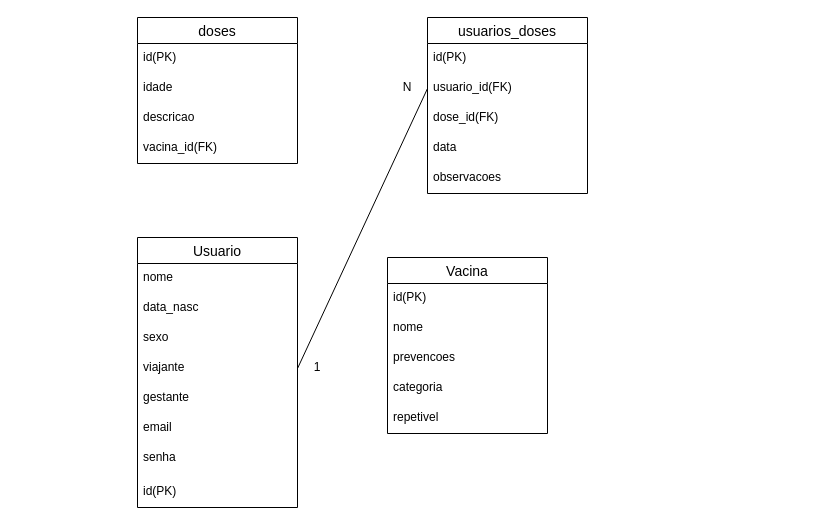
Carlozo/Vaprotec-carteira-de-vacina-digital keeps this draw.io diagram as documentacao/der.drawio. Above is the earlier version. Source tidied: cells renumbered, new cells numbered last; positions are measured from the earlier drawing's top-left corner, leaving out a move shared by most shapes. Both pictures are drawn from the tidied source at 100%, with x=0, y=0 at pixel (137, 17).
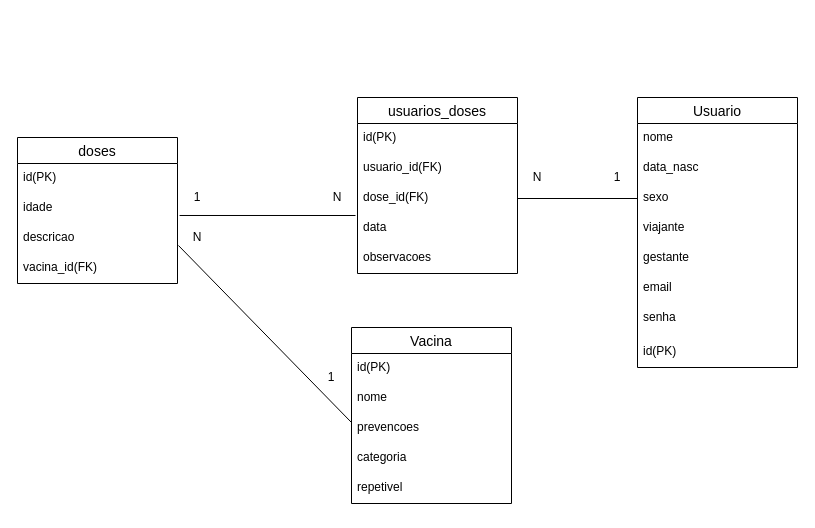
Above is the later version.

The change refers to these unchanged cells:
```xml
<mxCell id="5" value="sexo" style="text;strokeColor=none;fillColor=none;spacingLeft=4;spacingRight=4;overflow=hidden;points=[[0,0.5],[1,0.5]];portConstraint=eastwest;fontSize=12;" parent="2" vertex="1">
  <mxGeometry y="86" width="160" height="30" as="geometry" />
</mxCell>
<mxCell id="6" value="viajante" style="text;strokeColor=none;fillColor=none;spacingLeft=4;spacingRight=4;overflow=hidden;points=[[0,0.5],[1,0.5]];portConstraint=eastwest;fontSize=12;" parent="2" vertex="1">
  <mxGeometry y="116" width="160" height="30" as="geometry" />
</mxCell>
<mxCell id="14" value="prevencoes" style="text;strokeColor=none;fillColor=none;spacingLeft=4;spacingRight=4;overflow=hidden;points=[[0,0.5],[1,0.5]];portConstraint=eastwest;fontSize=12;" parent="11" vertex="1">
  <mxGeometry y="86" width="160" height="30" as="geometry" />
</mxCell>
<mxCell id="19" value="usuario_id(FK)" style="text;strokeColor=none;fillColor=none;spacingLeft=4;spacingRight=4;overflow=hidden;points=[[0,0.5],[1,0.5]];portConstraint=eastwest;fontSize=12;" parent="17" vertex="1">
  <mxGeometry y="56" width="160" height="30" as="geometry" />
</mxCell>
<mxCell id="20" value="dose_id(FK)" style="text;strokeColor=none;fillColor=none;spacingLeft=4;spacingRight=4;overflow=hidden;points=[[0,0.5],[1,0.5]];portConstraint=eastwest;fontSize=12;" parent="17" vertex="1">
  <mxGeometry y="86" width="160" height="30" as="geometry" />
</mxCell>
<mxCell id="25" value="idade" style="text;strokeColor=none;fillColor=none;spacingLeft=4;spacingRight=4;overflow=hidden;points=[[0,0.5],[1,0.5]];portConstraint=eastwest;fontSize=12;" parent="23" vertex="1">
  <mxGeometry y="56" width="160" height="30" as="geometry" />
</mxCell>
<mxCell id="26" value="descricao" style="text;strokeColor=none;fillColor=none;spacingLeft=4;spacingRight=4;overflow=hidden;points=[[0,0.5],[1,0.5]];portConstraint=eastwest;fontSize=12;" parent="23" vertex="1">
  <mxGeometry y="86" width="160" height="30" as="geometry" />
</mxCell>
```

What changed in the source:
```diff
@@
     <mxCell id="2" value="Usuario" style="swimlane;fontStyle=0;horizontal=1;startSize=26;align=center;fontSize=14;" parent="1" vertex="1">
-      <mxGeometry y="220" width="160" height="270" as="geometry" />
+      <mxGeometry x="500" y="80" width="160" height="270" as="geometry" />
     </mxCell>
@@
     <mxCell id="11" value="Vacina" style="swimlane;fontStyle=0;horizontal=1;startSize=26;align=center;fontSize=14;" parent="1" vertex="1">
-      <mxGeometry x="250" y="240" width="160" height="176" as="geometry" />
+      <mxGeometry x="214" y="310" width="160" height="176" as="geometry" />
     </mxCell>
@@
     <mxCell id="17" value="usuarios_doses" style="swimlane;fontStyle=0;horizontal=1;startSize=26;align=center;fontSize=14;" parent="1" vertex="1">
-      <mxGeometry x="290" width="160" height="176" as="geometry" />
+      <mxGeometry x="220" y="80" width="160" height="176" as="geometry" />
     </mxCell>
@@
     <mxCell id="23" value="doses" style="swimlane;fontStyle=0;horizontal=1;startSize=26;align=center;fontSize=14;" parent="1" vertex="1">
-      <mxGeometry width="160" height="146" as="geometry" />
+      <mxGeometry x="-120" y="120" width="160" height="146" as="geometry" />
     </mxCell>
@@
-    <mxCell id="28" style="endArrow=none;html=1;exitX=1;exitY=0.5;exitDx=0;exitDy=0;entryX=0;entryY=0.5;entryDx=0;entryDy=0;" parent="1" edge="1" source="6" target="19">
-      <mxGeometry relative="1" as="geometry" />
-    </mxCell>
-    <mxCell id="29" value="1" style="text;html=1;strokeColor=none;fillColor=none;align=center;verticalAlign=middle;whiteSpace=wrap;rounded=0;" parent="1" vertex="1">
-      <mxGeometry x="160" y="340" width="40" height="20" as="geometry" />
-    </mxCell>
-    <mxCell id="30" value="N" style="text;html=1;strokeColor=none;fillColor=none;align=center;verticalAlign=middle;whiteSpace=wrap;rounded=0;" parent="1" vertex="1">
-      <mxGeometry x="250" y="60" width="40" height="20" as="geometry" />
-    </mxCell>
+    <mxCell id="31" style="endArrow=none;html=1;entryX=1.013;entryY=0.733;entryDx=0;entryDy=0;entryPerimeter=0;" parent="1" edge="1" target="25">
+      <mxGeometry relative="1" as="geometry">
+        <mxPoint x="218" y="198" as="sourcePoint" />
+      </mxGeometry>
+    </mxCell>
+    <mxCell id="32" value="1" style="text;html=1;strokeColor=none;fillColor=none;align=center;verticalAlign=middle;whiteSpace=wrap;rounded=0;" parent="1" vertex="1">
+      <mxGeometry x="40" y="170" width="40" height="20" as="geometry" />
+    </mxCell>
+    <mxCell id="33" value="N" style="text;html=1;strokeColor=none;fillColor=none;align=center;verticalAlign=middle;whiteSpace=wrap;rounded=0;" parent="1" vertex="1">
+      <mxGeometry x="180" y="170" width="40" height="20" as="geometry" />
+    </mxCell>
+    <mxCell id="34" style="endArrow=none;html=1;exitX=1.006;exitY=0.733;exitDx=0;exitDy=0;exitPerimeter=0;entryX=0;entryY=0.3;entryDx=0;entryDy=0;entryPerimeter=0;" parent="1" edge="1" source="26" target="14">
+      <mxGeometry relative="1" as="geometry" />
+    </mxCell>
+    <mxCell id="35" value="1" style="text;html=1;strokeColor=none;fillColor=none;align=center;verticalAlign=middle;whiteSpace=wrap;rounded=0;" parent="1" vertex="1">
+      <mxGeometry x="174" y="350" width="40" height="20" as="geometry" />
+    </mxCell>
+    <mxCell id="36" value="N" style="text;html=1;strokeColor=none;fillColor=none;align=center;verticalAlign=middle;whiteSpace=wrap;rounded=0;" parent="1" vertex="1">
+      <mxGeometry x="40" y="210" width="40" height="20" as="geometry" />
+    </mxCell>
+    <mxCell id="37" style="endArrow=none;html=1;entryX=0;entryY=0.5;entryDx=0;entryDy=0;exitX=1;exitY=0.5;exitDx=0;exitDy=0;" parent="1" edge="1" source="20" target="5">
+      <mxGeometry relative="1" as="geometry" />
+    </mxCell>
+    <mxCell id="38" value="1" style="text;html=1;strokeColor=none;fillColor=none;align=center;verticalAlign=middle;whiteSpace=wrap;rounded=0;" parent="1" vertex="1">
+      <mxGeometry x="460" y="150" width="40" height="20" as="geometry" />
+    </mxCell>
+    <mxCell id="39" value="N" style="text;html=1;strokeColor=none;fillColor=none;align=center;verticalAlign=middle;whiteSpace=wrap;rounded=0;" parent="1" vertex="1">
+      <mxGeometry x="380" y="150" width="40" height="20" as="geometry" />
+    </mxCell>
```
